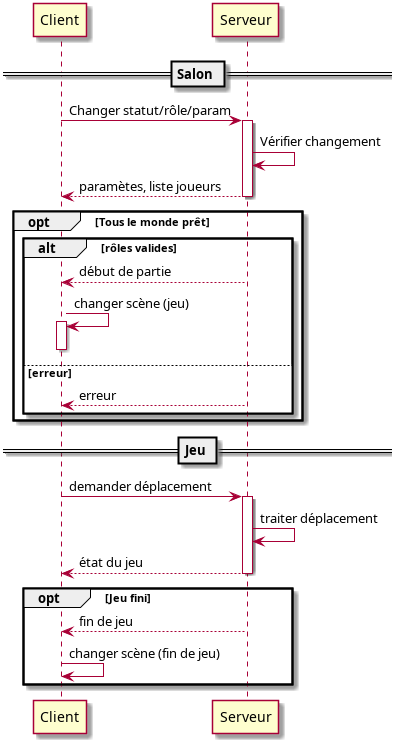
This is Rapport/UML/PacMan_UML_Reseau_salon_jeu.png from thomasctn/Projet_PacMan_En_Reseau, a PlantUML export, as it was before one commit. Its source is kept beside it as Rapport/UML/PacMan_UML_Reseau_salon_jeu.puml.
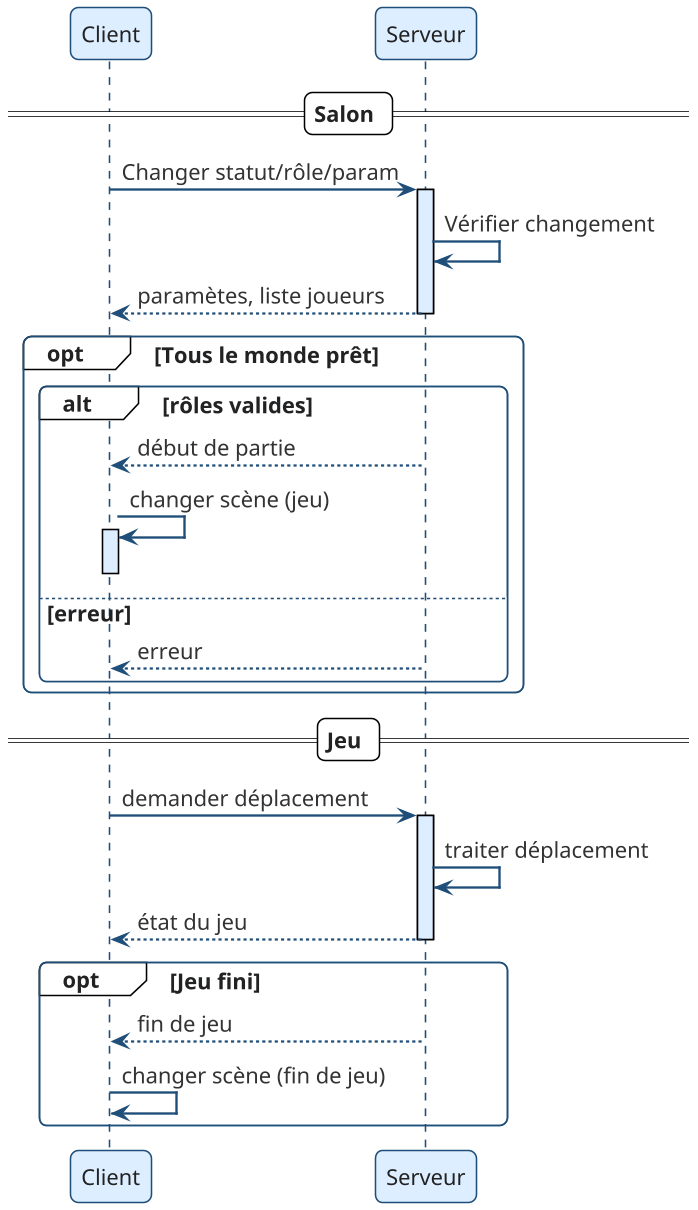
Above is the later version.

Change to the diagram source:
```diff
@@ -1,7 +1,10 @@
 @startuml
+!include theme.puml
+
 
 participant Client
 participant Serveur
+
 
 == Salon ==
 Client -> Serveur : Changer statut/rôle/param
```
